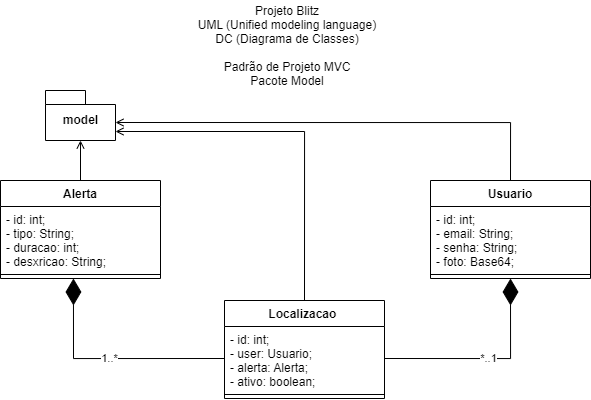
wellifabio/senai2022 keeps this draw.io diagram as 3des/projetos/proj_blitz/documentos/execucao/uml_dc/02.dc.drawio.png. Above is the earlier version. Source tidied: cells renumbered, new cells last; positions are measured from the earlier drawing's top-left corner, leaving out a move shared by most shapes.
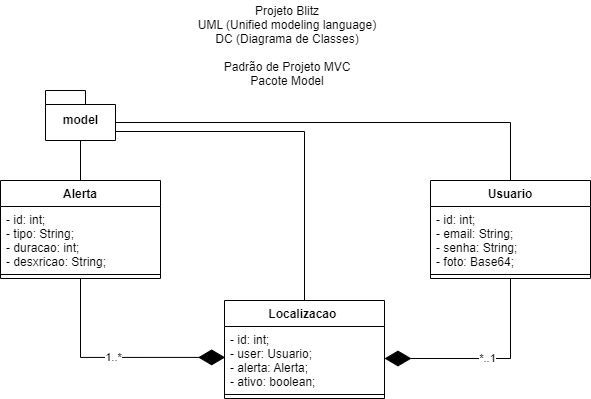
Above is the later version.

Commit message:
projetos blitz documento

Diff of the diagram source:
```diff
@@ -2,7 +2,7 @@
   <root>
     <mxCell id="0" />
     <mxCell id="1" parent="0" />
-    <mxCell id="2" style="edgeStyle=orthogonalEdgeStyle;rounded=0;jettySize=auto;html=1;exitX=0.5;exitY=0;exitDx=0;exitDy=0;entryX=0.5;entryY=1;entryDx=0;entryDy=0;entryPerimeter=0;endArrow=open;endFill=0;" parent="1" edge="1" source="3" target="17">
+    <mxCell id="2" style="edgeStyle=orthogonalEdgeStyle;rounded=0;jettySize=auto;html=1;exitX=0.5;exitY=0;exitDx=0;exitDy=0;entryX=0.5;entryY=1;entryDx=0;entryDy=0;entryPerimeter=0;endArrow=none;endFill=0;" parent="1" edge="1" source="3" target="17">
       <mxGeometry relative="1" as="geometry" />
     </mxCell>
     <mxCell id="3" value="Alerta" style="swimlane;fontStyle=1;align=center;verticalAlign=top;horizontal=1;startSize=26;" parent="1" vertex="1">
@@ -14,7 +14,7 @@
     <mxCell id="5" style="line;strokeWidth=1;fillColor=none;align=left;verticalAlign=middle;spacingTop=-1;spacingLeft=3;spacingRight=3;labelPosition=right;points=[];portConstraint=eastwest;" parent="3" vertex="1">
       <mxGeometry y="90" width="160" height="8" as="geometry" />
     </mxCell>
-    <mxCell id="6" style="edgeStyle=orthogonalEdgeStyle;rounded=0;jettySize=auto;html=1;exitX=0.5;exitY=0;exitDx=0;exitDy=0;entryX=0;entryY=0;entryDx=70;entryDy=32;entryPerimeter=0;endArrow=open;endFill=0;" parent="1" edge="1" source="7" target="17">
+    <mxCell id="6" style="edgeStyle=orthogonalEdgeStyle;rounded=0;jettySize=auto;html=1;exitX=0.5;exitY=0;exitDx=0;exitDy=0;entryX=0;entryY=0;entryDx=70;entryDy=32;entryPerimeter=0;endArrow=none;endFill=0;" parent="1" edge="1" source="7" target="17">
       <mxGeometry relative="1" as="geometry" />
     </mxCell>
     <mxCell id="7" value="Usuario" style="swimlane;fontStyle=1;align=center;verticalAlign=top;horizontal=1;startSize=26;" parent="1" vertex="1">
@@ -26,7 +26,7 @@
     <mxCell id="9" style="line;strokeWidth=1;fillColor=none;align=left;verticalAlign=middle;spacingTop=-1;spacingLeft=3;spacingRight=3;labelPosition=right;" parent="7" vertex="1">
       <mxGeometry y="90" width="160" height="8" as="geometry" />
     </mxCell>
-    <mxCell id="10" style="edgeStyle=orthogonalEdgeStyle;rounded=0;jettySize=auto;html=1;exitX=0.5;exitY=0;exitDx=0;exitDy=0;entryX=0;entryY=0;entryDx=70;entryDy=41;entryPerimeter=0;endArrow=open;endFill=0;" parent="1" edge="1" source="11" target="17">
+    <mxCell id="10" style="edgeStyle=orthogonalEdgeStyle;rounded=0;jettySize=auto;html=1;exitX=0.5;exitY=0;exitDx=0;exitDy=0;entryX=0;entryY=0;entryDx=70;entryDy=41;entryPerimeter=0;endArrow=none;endFill=0;" parent="1" edge="1" source="11" target="17">
       <mxGeometry relative="1" as="geometry" />
     </mxCell>
     <mxCell id="11" value="Localizacao " style="swimlane;fontStyle=1;align=center;verticalAlign=top;horizontal=1;startSize=26;" parent="1" vertex="1">
@@ -38,11 +38,19 @@
     <mxCell id="13" style="line;strokeWidth=1;fillColor=none;align=left;verticalAlign=middle;spacingTop=-1;spacingLeft=3;spacingRight=3;labelPosition=right;" parent="11" vertex="1">
       <mxGeometry y="90" width="160" height="8" as="geometry" />
     </mxCell>
-    <mxCell id="14" value="*..1" style="endArrow=diamondThin;endFill=1;endSize=24;html=1;rounded=0;exitX=1;exitY=0.5;exitDx=0;exitDy=0;edgeStyle=orthogonalEdgeStyle;entryX=0.5;entryY=1;entryDx=0;entryDy=0;" parent="1" edge="1" source="12" target="7">
-      <mxGeometry relative="1" as="geometry" />
+    <mxCell id="14" value="*..1" style="endArrow=diamondThin;endFill=1;endSize=24;html=1;rounded=0;exitX=0.5;exitY=1;exitDx=0;exitDy=0;edgeStyle=orthogonalEdgeStyle;entryX=1;entryY=0.5;entryDx=0;entryDy=0;" parent="1" edge="1" source="7" target="12">
+      <mxGeometry relative="1" as="geometry">
+        <Array as="points">
+          <mxPoint x="510" y="358" />
+        </Array>
+      </mxGeometry>
     </mxCell>
-    <mxCell id="15" value="1..*" style="endArrow=diamondThin;endFill=1;endSize=24;html=1;rounded=0;exitX=0;exitY=0.5;exitDx=0;exitDy=0;edgeStyle=orthogonalEdgeStyle;entryX=0.456;entryY=1;entryDx=0;entryDy=0;entryPerimeter=0;" parent="1" edge="1" source="12" target="5">
-      <mxGeometry relative="1" as="geometry" />
+    <mxCell id="15" value="1..*" style="endArrow=diamondThin;endFill=1;endSize=24;html=1;rounded=0;exitX=0.5;exitY=1;exitDx=0;exitDy=0;edgeStyle=orthogonalEdgeStyle;entryX=0.004;entryY=0.483;entryDx=0;entryDy=0;entryPerimeter=0;" parent="1" edge="1" source="3" target="12">
+      <mxGeometry relative="1" as="geometry">
+        <Array as="points">
+          <mxPoint x="80" y="357" />
+        </Array>
+      </mxGeometry>
     </mxCell>
     <mxCell id="16" value="Projeto Blitz&#10;UML (Unified modeling language)&#10;DC (Diagrama de Classes)&#10;&#10;Padrão de Projeto MVC&#10;Pacote Model" style="text;align=center;fontStyle=0;verticalAlign=middle;spacingLeft=3;spacingRight=3;strokeColor=none;" parent="1" vertex="1">
       <mxGeometry x="180" width="214" height="90" as="geometry" />
```
